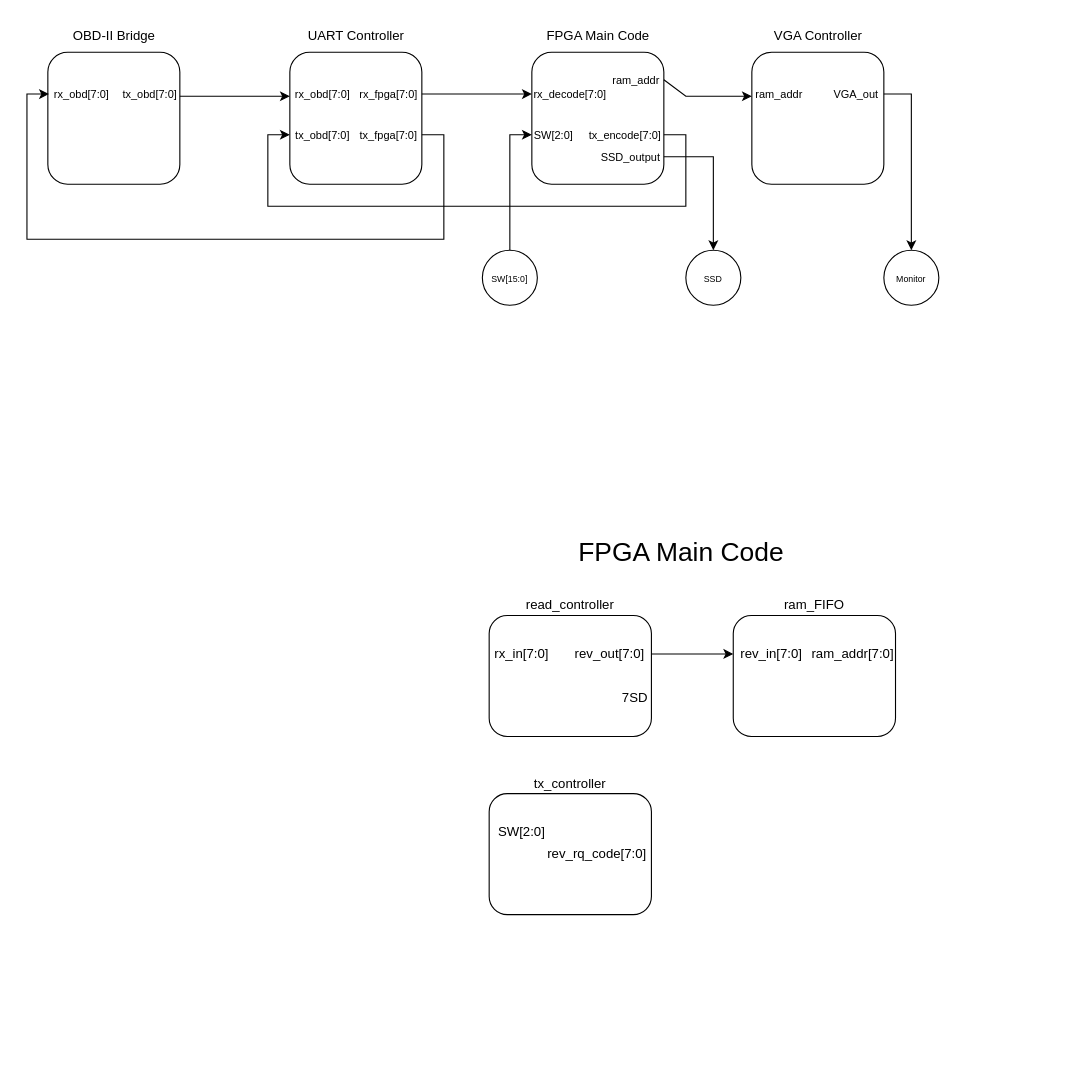
This is final_Project/BlockDiagrams/macroBlock.drawio from abhibogga/CSEE4280Workspace, a draw.io file, before an edit. Source tidied: cells renumbered, new cells numbered last; positions are measured from the earlier drawing's top-left corner, leaving out a move shared by most shapes. Both pictures are drawn from the tidied source at 110%, with x=0, y=0 at pixel (26, 19).
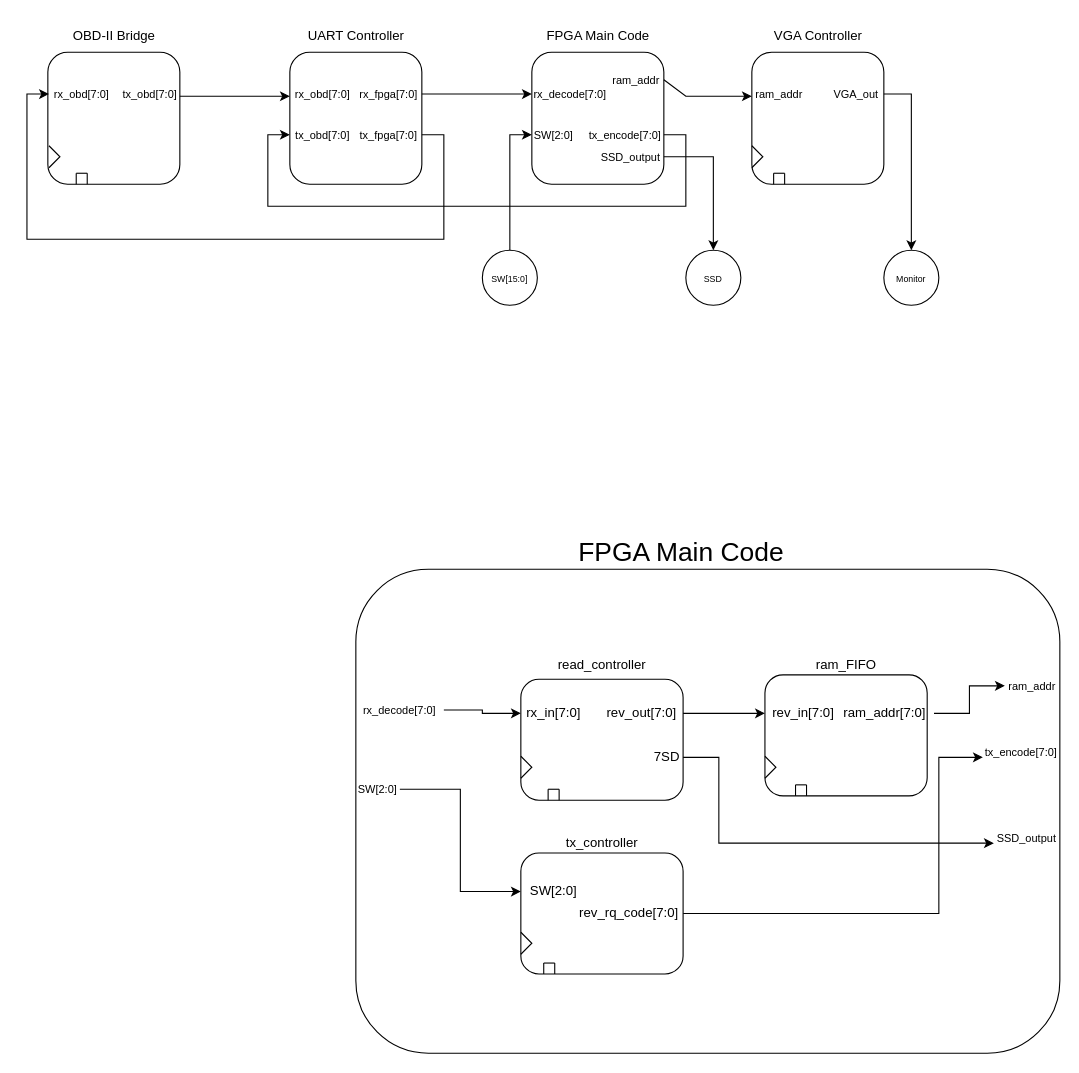
The same page after the edit.

What changed in the source:
```diff
@@
+    <mxCell id="49" style="rounded=1;whiteSpace=wrap;html=1;" parent="1" vertex="1">
+      <mxGeometry x="299" y="500" width="640" height="440" as="geometry" />
+    </mxCell>
@@
+    <mxCell id="48" value="&lt;font style=&quot;font-size: 24px;&quot;&gt;FPGA Main Code&lt;/font&gt;" style="text;html=1;align=center;verticalAlign=middle;whiteSpace=wrap;rounded=0;" parent="1" vertex="1">
+      <mxGeometry x="480.2" y="470" width="230" height="30" as="geometry" />
+    </mxCell>
+    <mxCell id="50" style="edgeStyle=orthogonalEdgeStyle;rounded=0;jettySize=auto;html=1;exitX=1;exitY=0.5;exitDx=0;exitDy=0;entryX=0;entryY=0.5;entryDx=0;entryDy=0;" parent="1" edge="1" source="51" target="36">
+      <mxGeometry relative="1" as="geometry" />
+    </mxCell>
+    <mxCell id="51" value="&lt;font size=&quot;1&quot;&gt;rx_decode[7:0]&lt;/font&gt;" style="text;html=1;align=center;verticalAlign=middle;whiteSpace=wrap;rounded=0;" parent="1" vertex="1">
+      <mxGeometry x="299" y="618" width="80" height="20" as="geometry" />
+    </mxCell>
+    <mxCell id="52" style="edgeStyle=orthogonalEdgeStyle;rounded=0;jettySize=auto;html=1;exitX=1;exitY=0.5;exitDx=0;exitDy=0;entryX=0;entryY=0.5;entryDx=0;entryDy=0;" parent="1" edge="1" source="53" target="46">
+      <mxGeometry relative="1" as="geometry" />
+    </mxCell>
+    <mxCell id="53" value="&lt;font size=&quot;1&quot;&gt;SW[2:0]&lt;/font&gt;" style="text;html=1;align=center;verticalAlign=middle;whiteSpace=wrap;rounded=0;" parent="1" vertex="1">
+      <mxGeometry x="299" y="690" width="40" height="20" as="geometry" />
+    </mxCell>
+    <mxCell id="54" value="&lt;font size=&quot;1&quot;&gt;tx_encode[7:0]&lt;/font&gt;" style="text;html=1;align=center;verticalAlign=middle;whiteSpace=wrap;rounded=0;" parent="1" vertex="1">
+      <mxGeometry x="869" y="656" width="70" height="20" as="geometry" />
+    </mxCell>
+    <mxCell id="55" value="&lt;font size=&quot;1&quot;&gt;SSD_output&lt;/font&gt;" style="text;html=1;align=center;verticalAlign=middle;whiteSpace=wrap;rounded=0;" parent="1" vertex="1">
+      <mxGeometry x="879" y="734" width="60" height="20" as="geometry" />
+    </mxCell>
+    <mxCell id="56" value="&lt;font size=&quot;1&quot;&gt;ram_addr&lt;/font&gt;" style="text;html=1;align=center;verticalAlign=middle;whiteSpace=wrap;rounded=0;" parent="1" vertex="1">
+      <mxGeometry x="889" y="596" width="50" height="20" as="geometry" />
+    </mxCell>
     <mxCell id="34" value="read_controller" style="text;html=1;align=center;verticalAlign=middle;whiteSpace=wrap;rounded=0;" parent="1" vertex="1">
-      <mxGeometry x="449" y="518" width="90" height="30" as="geometry" />
+      <mxGeometry x="477.8" y="572" width="90" height="30" as="geometry" />
     </mxCell>
-    <mxCell id="35" style="rounded=1;whiteSpace=wrap;html=1;" parent="1" vertex="1">
-      <mxGeometry x="420.2" y="542" width="147.5" height="110" as="geometry" />
-    </mxCell>
+    <mxCell id="57" style="rounded=1;whiteSpace=wrap;html=1;" parent="1" vertex="1">
+      <mxGeometry x="449" y="600" width="147.5" height="110" as="geometry" />
+    </mxCell>
     <mxCell id="36" value="rx_in[7:0]" style="text;html=1;align=center;verticalAlign=middle;whiteSpace=wrap;rounded=0;" parent="1" vertex="1">
-      <mxGeometry x="420.2" y="562" width="60" height="30" as="geometry" />
+      <mxGeometry x="449" y="616" width="60" height="30" as="geometry" />
     </mxCell>
+    <mxCell id="58" style="edgeStyle=orthogonalEdgeStyle;rounded=0;jettySize=auto;html=1;exitX=1;exitY=0.5;exitDx=0;exitDy=0;entryX=0;entryY=0.75;entryDx=0;entryDy=0;" parent="1" edge="1" source="37" target="55">
+      <mxGeometry relative="1" as="geometry">
+        <Array as="points">
+          <mxPoint x="629" y="671" />
+          <mxPoint x="629" y="749" />
+        </Array>
+      </mxGeometry>
+    </mxCell>
     <mxCell id="37" value="7SD" style="text;html=1;align=center;verticalAlign=middle;whiteSpace=wrap;rounded=0;" parent="1" vertex="1">
-      <mxGeometry x="537.8" y="602" width="30" height="30" as="geometry" />
+      <mxGeometry x="566.5" y="656" width="30" height="30" as="geometry" />
     </mxCell>
@@
     <mxCell id="39" value="rev_out[7:0]" style="text;html=1;align=center;verticalAlign=middle;whiteSpace=wrap;rounded=0;" parent="1" vertex="1">
-      <mxGeometry x="492.2" y="562" width="75.5" height="30" as="geometry" />
+      <mxGeometry x="521" y="616" width="75.5" height="30" as="geometry" />
     </mxCell>
     <mxCell id="40" value="ram_FIFO" style="text;html=1;align=center;verticalAlign=middle;whiteSpace=wrap;rounded=0;" parent="1" vertex="1">
-      <mxGeometry x="670.9" y="518" width="90" height="30" as="geometry" />
+      <mxGeometry x="699.6" y="572" width="90" height="30" as="geometry" />
     </mxCell>
-    <mxCell id="41" style="rounded=1;whiteSpace=wrap;html=1;" parent="1" vertex="1">
-      <mxGeometry x="642.1" y="542" width="147.5" height="110" as="geometry" />
-    </mxCell>
+    <mxCell id="59" style="rounded=1;whiteSpace=wrap;html=1;" parent="1" vertex="1">
+      <mxGeometry x="670.9" y="596" width="147.5" height="110" as="geometry" />
+    </mxCell>
     <mxCell id="42" value="rev_in[7:0]" style="text;html=1;align=center;verticalAlign=middle;whiteSpace=wrap;rounded=0;" parent="1" vertex="1">
-      <mxGeometry x="642.1" y="562" width="70" height="30" as="geometry" />
+      <mxGeometry x="670.9" y="616" width="70" height="30" as="geometry" />
     </mxCell>
+    <mxCell id="60" style="edgeStyle=orthogonalEdgeStyle;rounded=0;jettySize=auto;html=1;exitX=1;exitY=0.5;exitDx=0;exitDy=0;entryX=0;entryY=0.5;entryDx=0;entryDy=0;" parent="1" edge="1" source="43" target="56">
+      <mxGeometry relative="1" as="geometry" />
+    </mxCell>
     <mxCell id="43" value="ram_addr[7:0]" style="text;html=1;align=center;verticalAlign=middle;whiteSpace=wrap;rounded=0;" parent="1" vertex="1">
-      <mxGeometry x="705.9" y="562" width="90" height="30" as="geometry" />
+      <mxGeometry x="734.6" y="616" width="90" height="30" as="geometry" />
     </mxCell>
     <mxCell id="44" value="tx_controller" style="text;html=1;align=center;verticalAlign=middle;whiteSpace=wrap;rounded=0;" parent="1" vertex="1">
-      <mxGeometry x="449" y="680" width="90" height="30" as="geometry" />
+      <mxGeometry x="477.8" y="734" width="90" height="30" as="geometry" />
     </mxCell>
-    <mxCell id="45" style="rounded=1;whiteSpace=wrap;html=1;" parent="1" vertex="1">
-      <mxGeometry x="420.2" y="704" width="147.5" height="110" as="geometry" />
-    </mxCell>
+    <mxCell id="61" style="edgeStyle=orthogonalEdgeStyle;rounded=0;jettySize=auto;html=1;exitX=1;exitY=0.5;exitDx=0;exitDy=0;entryX=0;entryY=0.75;entryDx=0;entryDy=0;" parent="1" edge="1" source="62" target="54">
+      <mxGeometry relative="1" as="geometry">
+        <Array as="points">
+          <mxPoint x="829" y="813" />
+          <mxPoint x="829" y="671" />
+        </Array>
+      </mxGeometry>
+    </mxCell>
+    <mxCell id="62" style="rounded=1;whiteSpace=wrap;html=1;" parent="1" vertex="1">
+      <mxGeometry x="449" y="758" width="147.5" height="110" as="geometry" />
+    </mxCell>
     <mxCell id="46" value="SW[2:0]" style="text;html=1;align=center;verticalAlign=middle;whiteSpace=wrap;rounded=0;" parent="1" vertex="1">
-      <mxGeometry x="420.2" y="724" width="60" height="30" as="geometry" />
+      <mxGeometry x="449" y="778" width="60" height="30" as="geometry" />
     </mxCell>
     <mxCell id="47" value="rev_rq_code[7:0]" style="text;html=1;align=center;verticalAlign=middle;whiteSpace=wrap;rounded=0;" parent="1" vertex="1">
-      <mxGeometry x="469" y="744" width="98.8" height="30" as="geometry" />
+      <mxGeometry x="497.8" y="798" width="98.8" height="30" as="geometry" />
     </mxCell>
-    <mxCell id="48" value="&lt;font style=&quot;font-size: 24px;&quot;&gt;FPGA Main Code&lt;/font&gt;" style="text;html=1;align=center;verticalAlign=middle;whiteSpace=wrap;rounded=0;" parent="1" vertex="1">
-      <mxGeometry x="480.2" y="470" width="230" height="30" as="geometry" />
-    </mxCell>
+    <mxCell id="63" style="endArrow=none;html=1;rounded=0;" parent="1" edge="1">
+      <mxGeometry relative="1" as="geometry">
+        <mxPoint x="20" y="135" as="sourcePoint" />
+        <mxPoint x="20" y="115" as="targetPoint" />
+        <Array as="points">
+          <mxPoint x="30" y="125" />
+        </Array>
+      </mxGeometry>
+    </mxCell>
+    <mxCell id="64" style="endArrow=none;html=1;rounded=0;" parent="1" edge="1">
+      <mxGeometry relative="1" as="geometry">
+        <mxPoint x="659" y="135" as="sourcePoint" />
+        <mxPoint x="659" y="115" as="targetPoint" />
+        <Array as="points">
+          <mxPoint x="669" y="125" />
+        </Array>
+      </mxGeometry>
+    </mxCell>
+    <mxCell id="65" style="endArrow=none;html=1;rounded=0;" parent="1" edge="1">
+      <mxGeometry relative="1" as="geometry">
+        <mxPoint x="44.8" y="150" as="sourcePoint" />
+        <mxPoint x="44.8" y="140" as="targetPoint" />
+      </mxGeometry>
+    </mxCell>
+    <mxCell id="66" style="endArrow=none;html=1;rounded=0;" parent="1" edge="1">
+      <mxGeometry relative="1" as="geometry">
+        <mxPoint x="54.8" y="150" as="sourcePoint" />
+        <mxPoint x="54.8" y="140" as="targetPoint" />
+      </mxGeometry>
+    </mxCell>
+    <mxCell id="67" style="endArrow=none;html=1;rounded=0;" parent="1" edge="1">
+      <mxGeometry relative="1" as="geometry">
+        <mxPoint x="44.8" y="140" as="sourcePoint" />
+        <mxPoint x="54.8" y="140" as="targetPoint" />
+      </mxGeometry>
+    </mxCell>
+    <mxCell id="68" style="endArrow=none;html=1;rounded=0;" parent="1" edge="1">
+      <mxGeometry relative="1" as="geometry">
+        <mxPoint x="678.8" y="150" as="sourcePoint" />
+        <mxPoint x="678.8" y="140" as="targetPoint" />
+      </mxGeometry>
+    </mxCell>
+    <mxCell id="69" style="endArrow=none;html=1;rounded=0;" parent="1" edge="1">
+      <mxGeometry relative="1" as="geometry">
+        <mxPoint x="688.8" y="150" as="sourcePoint" />
+        <mxPoint x="688.8" y="140" as="targetPoint" />
+      </mxGeometry>
+    </mxCell>
+    <mxCell id="70" style="endArrow=none;html=1;rounded=0;" parent="1" edge="1">
+      <mxGeometry relative="1" as="geometry">
+        <mxPoint x="678.8" y="140" as="sourcePoint" />
+        <mxPoint x="688.8" y="140" as="targetPoint" />
+      </mxGeometry>
+    </mxCell>
+    <mxCell id="71" style="endArrow=none;html=1;rounded=0;" parent="1" edge="1">
+      <mxGeometry relative="1" as="geometry">
+        <mxPoint x="449" y="850" as="sourcePoint" />
+        <mxPoint x="449" y="830" as="targetPoint" />
+        <Array as="points">
+          <mxPoint x="459" y="840" />
+        </Array>
+      </mxGeometry>
+    </mxCell>
+    <mxCell id="72" style="endArrow=none;html=1;rounded=0;" parent="1" edge="1">
+      <mxGeometry relative="1" as="geometry">
+        <mxPoint x="449" y="690" as="sourcePoint" />
+        <mxPoint x="449" y="670" as="targetPoint" />
+        <Array as="points">
+          <mxPoint x="459" y="680" />
+        </Array>
+      </mxGeometry>
+    </mxCell>
+    <mxCell id="73" style="endArrow=none;html=1;rounded=0;" parent="1" edge="1">
+      <mxGeometry relative="1" as="geometry">
+        <mxPoint x="670.9" y="690" as="sourcePoint" />
+        <mxPoint x="670.9" y="670" as="targetPoint" />
+        <Array as="points">
+          <mxPoint x="680.9" y="680" />
+        </Array>
+      </mxGeometry>
+    </mxCell>
+    <mxCell id="74" style="endArrow=none;html=1;rounded=0;" parent="1" edge="1">
+      <mxGeometry relative="1" as="geometry">
+        <mxPoint x="473.8" y="710" as="sourcePoint" />
+        <mxPoint x="473.8" y="700" as="targetPoint" />
+      </mxGeometry>
+    </mxCell>
+    <mxCell id="75" style="endArrow=none;html=1;rounded=0;" parent="1" edge="1">
+      <mxGeometry relative="1" as="geometry">
+        <mxPoint x="483.8" y="710" as="sourcePoint" />
+        <mxPoint x="483.8" y="700" as="targetPoint" />
+      </mxGeometry>
+    </mxCell>
+    <mxCell id="76" style="endArrow=none;html=1;rounded=0;" parent="1" edge="1">
+      <mxGeometry relative="1" as="geometry">
+        <mxPoint x="473.8" y="700" as="sourcePoint" />
+        <mxPoint x="483.8" y="700" as="targetPoint" />
+      </mxGeometry>
+    </mxCell>
+    <mxCell id="77" style="endArrow=none;html=1;rounded=0;" parent="1" edge="1">
+      <mxGeometry relative="1" as="geometry">
+        <mxPoint x="708.7" y="706" as="sourcePoint" />
+        <mxPoint x="708.7" y="696" as="targetPoint" />
+      </mxGeometry>
+    </mxCell>
+    <mxCell id="78" style="endArrow=none;html=1;rounded=0;" parent="1" edge="1">
+      <mxGeometry relative="1" as="geometry">
+        <mxPoint x="698.7" y="706" as="sourcePoint" />
+        <mxPoint x="698.7" y="696" as="targetPoint" />
+      </mxGeometry>
+    </mxCell>
+    <mxCell id="79" style="endArrow=none;html=1;rounded=0;" parent="1" edge="1">
+      <mxGeometry relative="1" as="geometry">
+        <mxPoint x="698.7" y="696" as="sourcePoint" />
+        <mxPoint x="708.7" y="696" as="targetPoint" />
+      </mxGeometry>
+    </mxCell>
+    <mxCell id="80" style="endArrow=none;html=1;rounded=0;" parent="1" edge="1">
+      <mxGeometry relative="1" as="geometry">
+        <mxPoint x="479.8" y="868" as="sourcePoint" />
+        <mxPoint x="479.8" y="858" as="targetPoint" />
+      </mxGeometry>
+    </mxCell>
+    <mxCell id="81" style="endArrow=none;html=1;rounded=0;" parent="1" edge="1">
+      <mxGeometry relative="1" as="geometry">
+        <mxPoint x="469.8" y="868" as="sourcePoint" />
+        <mxPoint x="469.8" y="858" as="targetPoint" />
+      </mxGeometry>
+    </mxCell>
+    <mxCell id="82" style="endArrow=none;html=1;rounded=0;" parent="1" edge="1">
+      <mxGeometry relative="1" as="geometry">
+        <mxPoint x="469.8" y="858" as="sourcePoint" />
+        <mxPoint x="479.8" y="858" as="targetPoint" />
+      </mxGeometry>
+    </mxCell>
```
